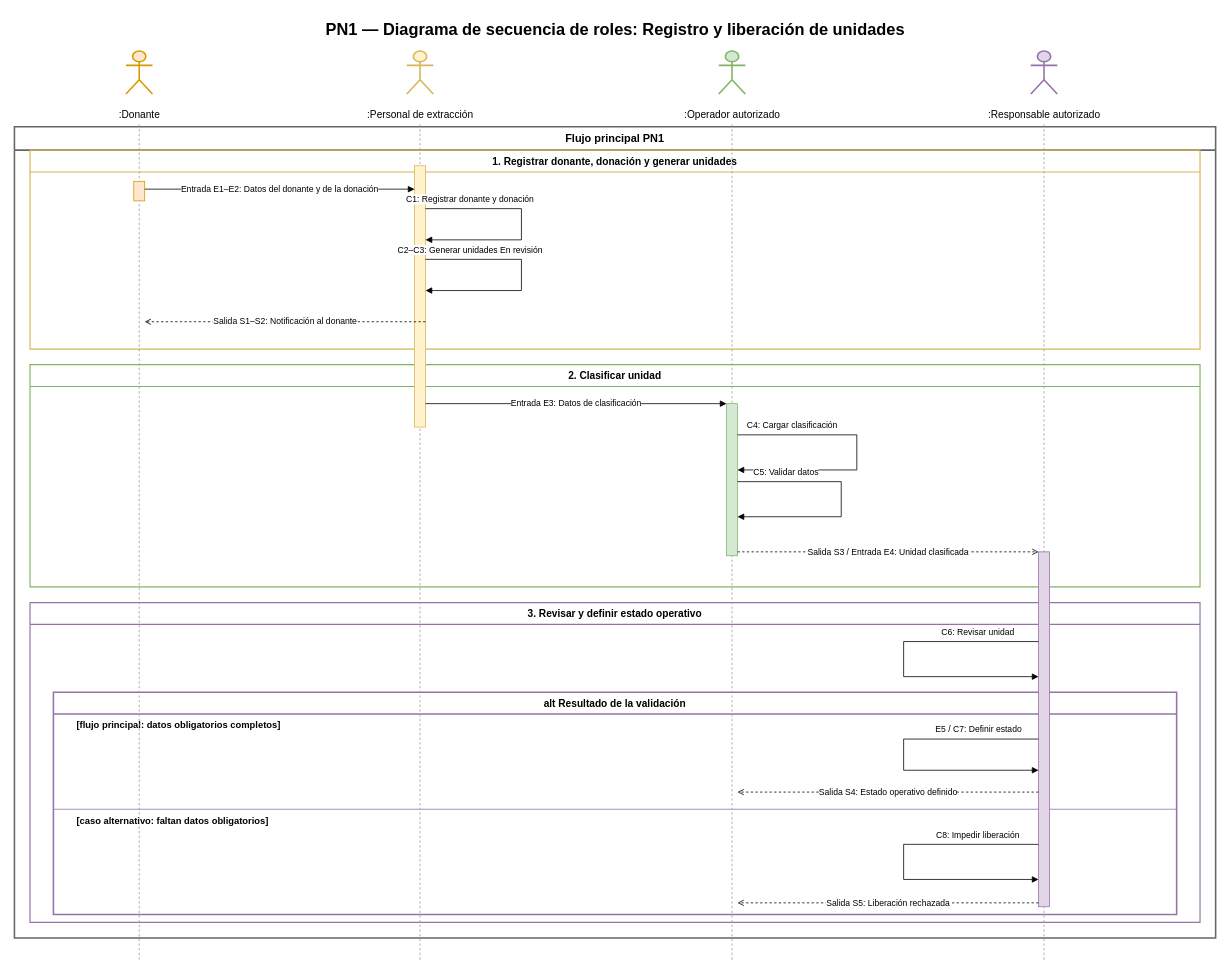
This is Diagramas/Secuencia de Roles/PN1_DiagramaSecuenciaRoles.drawio from juanNH/Ingenieria-de-Software, a draw.io file, before an edit. Source tidied: cells renumbered, new cells numbered last; positions are measured from the earlier drawing's top-left corner, leaving out a move shared by most shapes. Both pictures are drawn from the tidied source at 78%, with x=0, y=0 at pixel (14, 13).
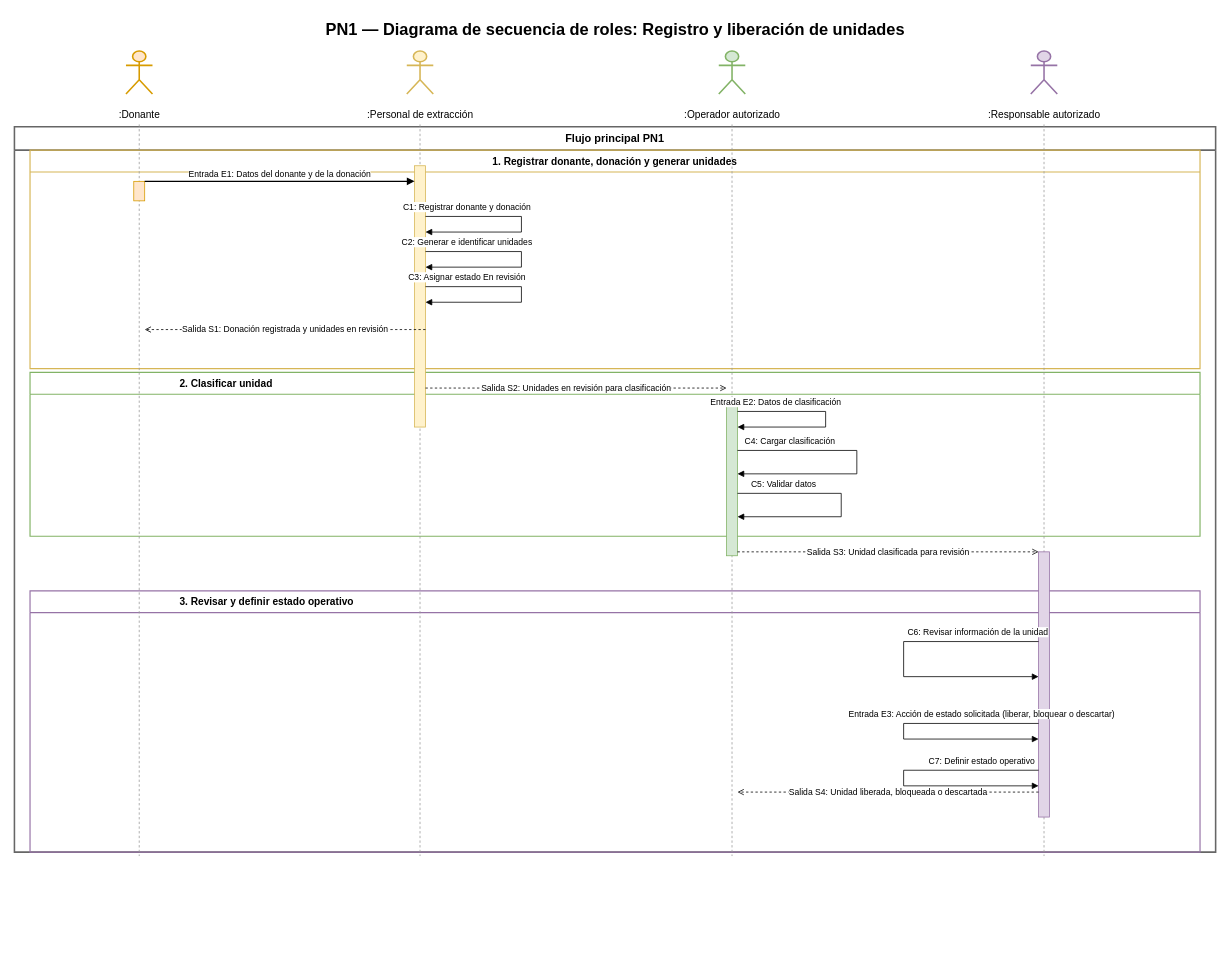
The same page after the edit.

Diff of the diagram source:
```diff
@@
     <mxCell id="3" value="Flujo principal PN1" style="swimlane;startSize=30;horizontal=1;whiteSpace=wrap;html=1;fillColor=none;strokeColor=#666666;strokeWidth=2;fontStyle=1;fontSize=14;fontFamily=Arial;" parent="1" vertex="1">
-      <mxGeometry y="145" width="1540" height="1040" as="geometry" />
+      <mxGeometry y="145" width="1540" height="930" as="geometry" />
     </mxCell>
     <mxCell id="4" value="1. Registrar donante, donación y generar unidades" style="swimlane;startSize=28;horizontal=1;whiteSpace=wrap;html=1;fillColor=none;strokeColor=#d6b656;strokeWidth=1.5;fontStyle=1;fontSize=13;fontFamily=Arial;" parent="1" vertex="1">
-      <mxGeometry x="20" y="175" width="1500" height="255" as="geometry" />
+      <mxGeometry x="20" y="175" width="1500" height="280" as="geometry" />
     </mxCell>
-    <mxCell id="5" value="2. Clasificar unidad" style="swimlane;startSize=28;horizontal=1;whiteSpace=wrap;html=1;fillColor=none;strokeColor=#82b366;strokeWidth=1.5;fontStyle=1;fontSize=13;fontFamily=Arial;" parent="1" vertex="1">
-      <mxGeometry x="20" y="450" width="1500" height="285" as="geometry" />
+    <mxCell id="5" value="2. Clasificar unidad" style="swimlane;startSize=28;horizontal=1;whiteSpace=wrap;html=1;fillColor=none;strokeColor=#82b366;strokeWidth=1.5;fontStyle=1;fontSize=13;fontFamily=Arial;align=left;spacingLeft=190;" parent="1" vertex="1">
+      <mxGeometry x="20" y="460" width="1500" height="210" as="geometry" />
     </mxCell>
-    <mxCell id="6" value="3. Revisar y definir estado operativo" style="swimlane;startSize=28;horizontal=1;whiteSpace=wrap;html=1;fillColor=none;strokeColor=#9673a6;strokeWidth=1.5;fontStyle=1;fontSize=13;fontFamily=Arial;" parent="1" vertex="1">
-      <mxGeometry x="20" y="755" width="1500" height="410" as="geometry" />
+    <mxCell id="6" value="3. Revisar y definir estado operativo" style="swimlane;startSize=28;horizontal=1;whiteSpace=wrap;html=1;fillColor=none;strokeColor=#9673a6;strokeWidth=1.5;fontStyle=1;fontSize=13;fontFamily=Arial;align=left;spacingLeft=190;" parent="1" vertex="1">
+      <mxGeometry x="20" y="740" width="1500" height="335" as="geometry" />
     </mxCell>
-    <mxCell id="7" value="alt  Resultado de la validación" style="swimlane;startSize=28;horizontal=1;whiteSpace=wrap;html=1;fillColor=none;strokeColor=#9673a6;strokeWidth=2;fontStyle=1;fontSize=13;fontFamily=Arial;" parent="1" vertex="1">
-      <mxGeometry x="50" y="870" width="1440" height="285" as="geometry" />
-    </mxCell>
-    <mxCell id="8" style="endArrow=none;html=1;strokeColor=#9673a6;strokeWidth=1;" parent="1" edge="1">
-      <mxGeometry relative="1" as="geometry">
-        <mxPoint x="50" y="1020" as="sourcePoint" />
-        <mxPoint x="1490" y="1020" as="targetPoint" />
-      </mxGeometry>
-    </mxCell>
-    <mxCell id="9" value="[flujo principal: datos obligatorios completos]" style="text;html=1;strokeColor=none;fillColor=#ffffff;fontStyle=1;fontSize=12;fontFamily=Arial;align=left;verticalAlign=middle;" parent="1" vertex="1">
-      <mxGeometry x="78" y="900" width="350" height="24" as="geometry" />
-    </mxCell>
-    <mxCell id="10" value="[caso alternativo: faltan datos obligatorios]" style="text;html=1;strokeColor=none;fillColor=#ffffff;fontStyle=1;fontSize=12;fontFamily=Arial;align=left;verticalAlign=middle;" parent="1" vertex="1">
-      <mxGeometry x="78" y="1023" width="350" height="24" as="geometry" />
-    </mxCell>
@@
     <mxCell id="19" style="endArrow=none;dashed=1;html=1;strokeColor=#999999;" parent="1" edge="1">
       <mxGeometry relative="1" as="geometry">
         <mxPoint x="160" y="142" as="sourcePoint" />
-        <mxPoint x="160" y="1215" as="targetPoint" />
+        <mxPoint x="160" y="1080" as="targetPoint" />
       </mxGeometry>
     </mxCell>
     <mxCell id="20" style="endArrow=none;dashed=1;html=1;strokeColor=#999999;" parent="1" edge="1">
       <mxGeometry relative="1" as="geometry">
         <mxPoint x="520" y="142" as="sourcePoint" />
-        <mxPoint x="520" y="1215" as="targetPoint" />
+        <mxPoint x="520" y="1080" as="targetPoint" />
       </mxGeometry>
     </mxCell>
     <mxCell id="21" style="endArrow=none;dashed=1;html=1;strokeColor=#999999;" parent="1" edge="1">
       <mxGeometry relative="1" as="geometry">
         <mxPoint x="920" y="142" as="sourcePoint" />
-        <mxPoint x="920" y="1215" as="targetPoint" />
+        <mxPoint x="920" y="1080" as="targetPoint" />
       </mxGeometry>
     </mxCell>
     <mxCell id="22" style="endArrow=none;dashed=1;html=1;strokeColor=#999999;" parent="1" edge="1">
       <mxGeometry relative="1" as="geometry">
         <mxPoint x="1320" y="142" as="sourcePoint" />
-        <mxPoint x="1320" y="1215" as="targetPoint" />
+        <mxPoint x="1320" y="1080" as="targetPoint" />
       </mxGeometry>
     </mxCell>
@@
     <mxCell id="26" style="rounded=0;whiteSpace=wrap;html=1;fillColor=#e1d5e7;strokeColor=#9673a6;" parent="1" vertex="1">
-      <mxGeometry x="1313" y="690" width="14" height="455" as="geometry" />
+      <mxGeometry x="1313" y="690" width="14" height="340" as="geometry" />
     </mxCell>
-    <mxCell id="27" value="Entrada E1–E2: Datos del donante y de la donación" style="endArrow=block;html=1;rounded=0;fontSize=11;fontFamily=Arial;labelBackgroundColor=#ffffff;" parent="1" edge="1">
+    <mxCell id="27" value="Entrada E1: Datos del donante y de la donación" style="endArrow=block;endFill=1;strokeColor=#000000;strokeWidth=1.5;html=1;rounded=0;fontSize=11;fontFamily=Arial;labelBackgroundColor=#ffffff;verticalLabelPosition=top;verticalAlign=bottom;" parent="1" edge="1">
       <mxGeometry relative="1" as="geometry">
-        <mxPoint x="167" y="225" as="sourcePoint" />
-        <mxPoint x="513" y="225" as="targetPoint" />
+        <mxPoint x="167" y="215" as="sourcePoint" />
+        <mxPoint x="513" y="215" as="targetPoint" />
       </mxGeometry>
     </mxCell>
     <mxCell id="28" value="C1: Registrar donante y donación" style="endArrow=block;html=1;rounded=0;fontSize=11;fontFamily=Arial;labelBackgroundColor=#ffffff;" parent="1" edge="1">
       <mxGeometry x="-0.6" relative="1" as="geometry">
-        <mxPoint x="527" y="250" as="sourcePoint" />
-        <mxPoint x="527" y="290" as="targetPoint" />
+        <mxPoint x="527" y="260" as="sourcePoint" />
+        <mxPoint x="527" y="280" as="targetPoint" />
         <Array as="points">
-          <mxPoint x="650" y="250" />
-          <mxPoint x="650" y="290" />
+          <mxPoint x="650" y="260" />
+          <mxPoint x="650" y="280" />
         </Array>
         <mxPoint y="-12" as="offset" />
       </mxGeometry>
     </mxCell>
-    <mxCell id="29" value="C2–C3: Generar unidades En revisión" style="endArrow=block;html=1;rounded=0;fontSize=11;fontFamily=Arial;labelBackgroundColor=#ffffff;" parent="1" edge="1">
+    <mxCell id="29" value="C2: Generar e identificar unidades" style="endArrow=block;html=1;rounded=0;fontSize=11;fontFamily=Arial;labelBackgroundColor=#ffffff;" parent="1" edge="1">
       <mxGeometry x="-0.6" relative="1" as="geometry">
-        <mxPoint x="527" y="315" as="sourcePoint" />
-        <mxPoint x="527" y="355" as="targetPoint" />
+        <mxPoint x="527" y="305" as="sourcePoint" />
+        <mxPoint x="527" y="325" as="targetPoint" />
         <Array as="points">
-          <mxPoint x="650" y="315" />
-          <mxPoint x="650" y="355" />
+          <mxPoint x="650" y="305" />
+          <mxPoint x="650" y="325" />
         </Array>
         <mxPoint y="-12" as="offset" />
       </mxGeometry>
     </mxCell>
+    <mxCell id="40" value="C3: Asignar estado En revisión" style="endArrow=block;html=1;rounded=0;fontSize=11;fontFamily=Arial;labelBackgroundColor=#ffffff;" parent="1" edge="1">
+      <mxGeometry x="-0.6" relative="1" as="geometry">
+        <mxPoint x="527" y="350" as="sourcePoint" />
+        <mxPoint x="527" y="370" as="targetPoint" />
+        <Array as="points">
+          <mxPoint x="650" y="350" />
+          <mxPoint x="650" y="370" />
+        </Array>
+        <mxPoint y="-12" as="offset" />
+      </mxGeometry>
+    </mxCell>
-    <mxCell id="30" value="Salida S1–S2: Notificación al donante" style="endArrow=open;endFill=0;html=1;rounded=0;dashed=1;fontSize=11;fontFamily=Arial;labelBackgroundColor=#ffffff;" parent="1" edge="1">
+    <mxCell id="30" value="Salida S1: Donación registrada y unidades en revisión" style="endArrow=open;endFill=0;html=1;rounded=0;dashed=1;fontSize=11;fontFamily=Arial;labelBackgroundColor=#ffffff;" parent="1" edge="1">
       <mxGeometry relative="1" as="geometry">
-        <mxPoint x="527" y="395" as="sourcePoint" />
-        <mxPoint x="167" y="395" as="targetPoint" />
+        <mxPoint x="527" y="405" as="sourcePoint" />
+        <mxPoint x="167" y="405" as="targetPoint" />
       </mxGeometry>
     </mxCell>
+    <mxCell id="41" value="Salida S2: Unidades en revisión para clasificación" style="endArrow=open;endFill=0;html=1;rounded=0;dashed=1;fontSize=11;fontFamily=Arial;labelBackgroundColor=#ffffff;" parent="1" edge="1">
+      <mxGeometry relative="1" as="geometry">
+        <mxPoint x="527" y="480" as="sourcePoint" />
+        <mxPoint x="913" y="480" as="targetPoint" />
+      </mxGeometry>
+    </mxCell>
-    <mxCell id="31" value="Entrada E3: Datos de clasificación" style="endArrow=block;html=1;rounded=0;fontSize=11;fontFamily=Arial;labelBackgroundColor=#ffffff;" parent="1" edge="1">
-      <mxGeometry relative="1" as="geometry">
-        <mxPoint x="527" y="500" as="sourcePoint" />
-        <mxPoint x="913" y="500" as="targetPoint" />
+    <mxCell id="31" value="Entrada E2: Datos de clasificación" style="endArrow=block;html=1;rounded=0;fontSize=11;fontFamily=Arial;labelBackgroundColor=#ffffff;" parent="1" edge="1">
+      <mxGeometry x="-0.6" relative="1" as="geometry">
+        <mxPoint x="927" y="510" as="sourcePoint" />
+        <mxPoint x="927" y="530" as="targetPoint" />
+        <Array as="points">
+          <mxPoint x="1040" y="510" />
+          <mxPoint x="1040" y="530" />
+        </Array>
+        <mxPoint y="-12" as="offset" />
       </mxGeometry>
     </mxCell>
     <mxCell id="32" value="C4: Cargar clasificación" style="endArrow=block;html=1;rounded=0;fontSize=11;fontFamily=Arial;labelBackgroundColor=#ffffff;" parent="1" edge="1">
       <mxGeometry x="-0.6" relative="1" as="geometry">
-        <mxPoint x="927" y="540" as="sourcePoint" />
-        <mxPoint x="927" y="585" as="targetPoint" />
+        <mxPoint x="927" y="560" as="sourcePoint" />
+        <mxPoint x="927" y="590" as="targetPoint" />
         <Array as="points">
-          <mxPoint x="1080" y="540" />
-          <mxPoint x="1080" y="585" />
+          <mxPoint x="1080" y="560" />
+          <mxPoint x="1080" y="590" />
         </Array>
         <mxPoint y="-12" as="offset" />
       </mxGeometry>
     </mxCell>
     <mxCell id="33" value="C5: Validar datos" style="endArrow=block;html=1;rounded=0;fontSize=11;fontFamily=Arial;labelBackgroundColor=#ffffff;" parent="1" edge="1">
       <mxGeometry x="-0.6" relative="1" as="geometry">
-        <mxPoint x="927" y="600" as="sourcePoint" />
+        <mxPoint x="927" y="615" as="sourcePoint" />
         <mxPoint x="927" y="645" as="targetPoint" />
         <Array as="points">
-          <mxPoint x="1060" y="600" />
+          <mxPoint x="1060" y="615" />
           <mxPoint x="1060" y="645" />
         </Array>
         <mxPoint y="-12" as="offset" />
       </mxGeometry>
     </mxCell>
-    <mxCell id="34" value="Salida S3 / Entrada E4: Unidad clasificada" style="endArrow=open;endFill=0;html=1;rounded=0;dashed=1;fontSize=11;fontFamily=Arial;labelBackgroundColor=#ffffff;" parent="1" edge="1">
+    <mxCell id="34" value="Salida S3: Unidad clasificada para revisión" style="endArrow=open;endFill=0;html=1;rounded=0;dashed=1;fontSize=11;fontFamily=Arial;labelBackgroundColor=#ffffff;" parent="1" edge="1">
       <mxGeometry relative="1" as="geometry">
         <mxPoint x="927" y="690" as="sourcePoint" />
         <mxPoint x="1313" y="690" as="targetPoint" />
       </mxGeometry>
     </mxCell>
-    <mxCell id="35" value="C6: Revisar unidad" style="endArrow=block;html=1;rounded=0;fontSize=11;fontFamily=Arial;labelBackgroundColor=#ffffff;" parent="1" edge="1">
+    <mxCell id="35" value="C6: Revisar información de la unidad" style="endArrow=block;html=1;rounded=0;fontSize=11;fontFamily=Arial;labelBackgroundColor=#ffffff;" parent="1" edge="1">
       <mxGeometry x="-0.6" relative="1" as="geometry">
         <mxPoint x="1313" y="805" as="sourcePoint" />
         <mxPoint x="1313" y="850" as="targetPoint" />
         <Array as="points">
           <mxPoint x="1140" y="805" />
           <mxPoint x="1140" y="850" />
         </Array>
         <mxPoint y="-12" as="offset" />
       </mxGeometry>
     </mxCell>
-    <mxCell id="36" value="E5 / C7: Definir estado" style="endArrow=block;html=1;rounded=0;fontSize=11;fontFamily=Arial;labelBackgroundColor=#ffffff;" parent="1" edge="1">
+    <mxCell id="36" value="Entrada E3: Acción de estado solicitada (liberar, bloquear o descartar)" style="endArrow=block;html=1;rounded=0;fontSize=11;fontFamily=Arial;labelBackgroundColor=#ffffff;" parent="1" edge="1">
       <mxGeometry x="-0.6" relative="1" as="geometry">
-        <mxPoint x="1313" y="930" as="sourcePoint" />
-        <mxPoint x="1313" y="970" as="targetPoint" />
+        <mxPoint x="1313" y="910" as="sourcePoint" />
+        <mxPoint x="1313" y="930" as="targetPoint" />
         <Array as="points">
+          <mxPoint x="1140" y="910" />
           <mxPoint x="1140" y="930" />
-          <mxPoint x="1140" y="970" />
         </Array>
         <mxPoint y="-12" as="offset" />
       </mxGeometry>
     </mxCell>
+    <mxCell id="42" value="C7: Definir estado operativo" style="endArrow=block;html=1;rounded=0;fontSize=11;fontFamily=Arial;labelBackgroundColor=#ffffff;" parent="1" edge="1">
+      <mxGeometry x="-0.6" relative="1" as="geometry">
+        <mxPoint x="1313" y="970" as="sourcePoint" />
+        <mxPoint x="1313" y="990" as="targetPoint" />
+        <Array as="points">
+          <mxPoint x="1140" y="970" />
+          <mxPoint x="1140" y="990" />
+        </Array>
+        <mxPoint y="-12" as="offset" />
+      </mxGeometry>
+    </mxCell>
-    <mxCell id="37" value="Salida S4: Estado operativo definido" style="endArrow=open;endFill=0;html=1;rounded=0;dashed=1;fontSize=11;fontFamily=Arial;labelBackgroundColor=#ffffff;" parent="1" edge="1">
+    <mxCell id="37" value="Salida S4: Unidad liberada, bloqueada o descartada" style="endArrow=open;endFill=0;html=1;rounded=0;dashed=1;fontSize=11;fontFamily=Arial;labelBackgroundColor=#ffffff;" parent="1" edge="1">
       <mxGeometry relative="1" as="geometry">
         <mxPoint x="1313" y="998" as="sourcePoint" />
         <mxPoint x="927" y="998" as="targetPoint" />
       </mxGeometry>
     </mxCell>
-    <mxCell id="38" value="C8: Impedir liberación" style="endArrow=block;html=1;rounded=0;fontSize=11;fontFamily=Arial;labelBackgroundColor=#ffffff;" parent="1" edge="1">
-      <mxGeometry x="-0.6" relative="1" as="geometry">
-        <mxPoint x="1313" y="1065" as="sourcePoint" />
-        <mxPoint x="1313" y="1110" as="targetPoint" />
-        <Array as="points">
-          <mxPoint x="1140" y="1065" />
-          <mxPoint x="1140" y="1110" />
-        </Array>
-        <mxPoint y="-12" as="offset" />
-      </mxGeometry>
-    </mxCell>
-    <mxCell id="39" value="Salida S5: Liberación rechazada" style="endArrow=open;endFill=0;html=1;rounded=0;dashed=1;fontSize=11;fontFamily=Arial;labelBackgroundColor=#ffffff;" parent="1" edge="1">
-      <mxGeometry relative="1" as="geometry">
-        <mxPoint x="1313" y="1140" as="sourcePoint" />
-        <mxPoint x="927" y="1140" as="targetPoint" />
-      </mxGeometry>
-    </mxCell>
```
